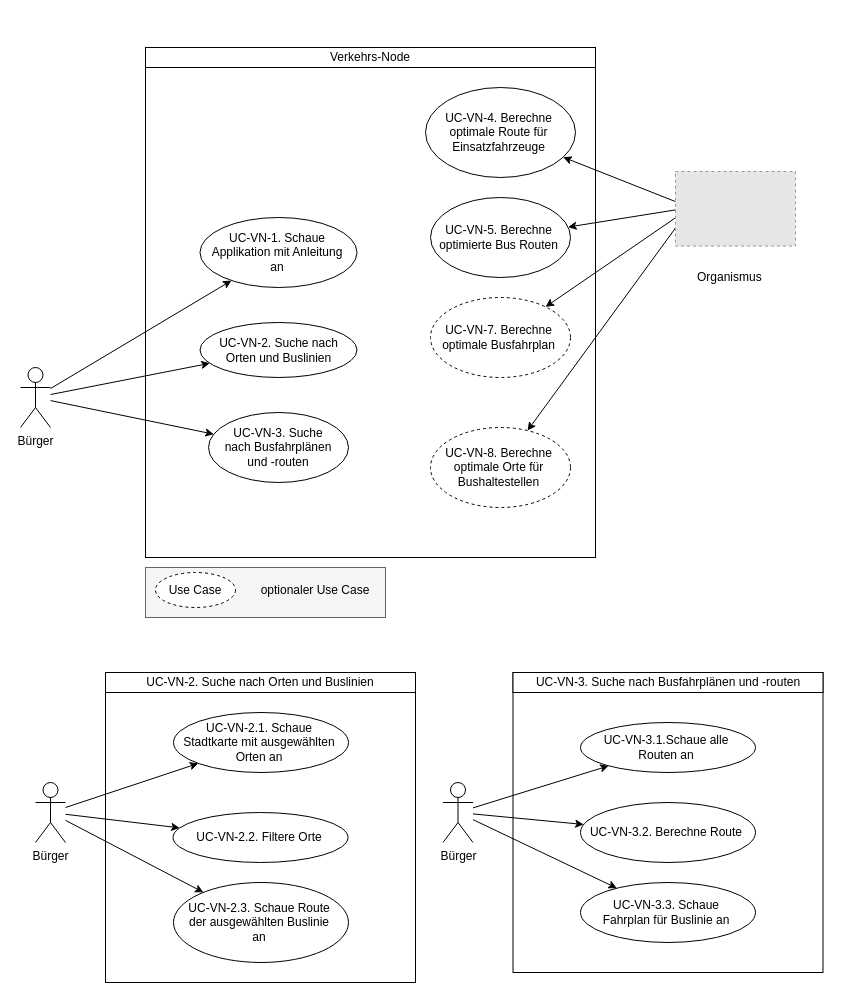
Before: Documentation/Use Cases/Use-Case-Diagram.drawio in mif-sge/verkehr, a draw.io diagram. Source tidied: cells renumbered, new cells numbered last; positions are measured from the earlier drawing's top-left corner, leaving out a move shared by most shapes. Both pictures are drawn from the tidied source at 100%, with x=0, y=0 at pixel (20, 17). Pictures stored in the file or linked from it are replaced by grey dashed boxes.
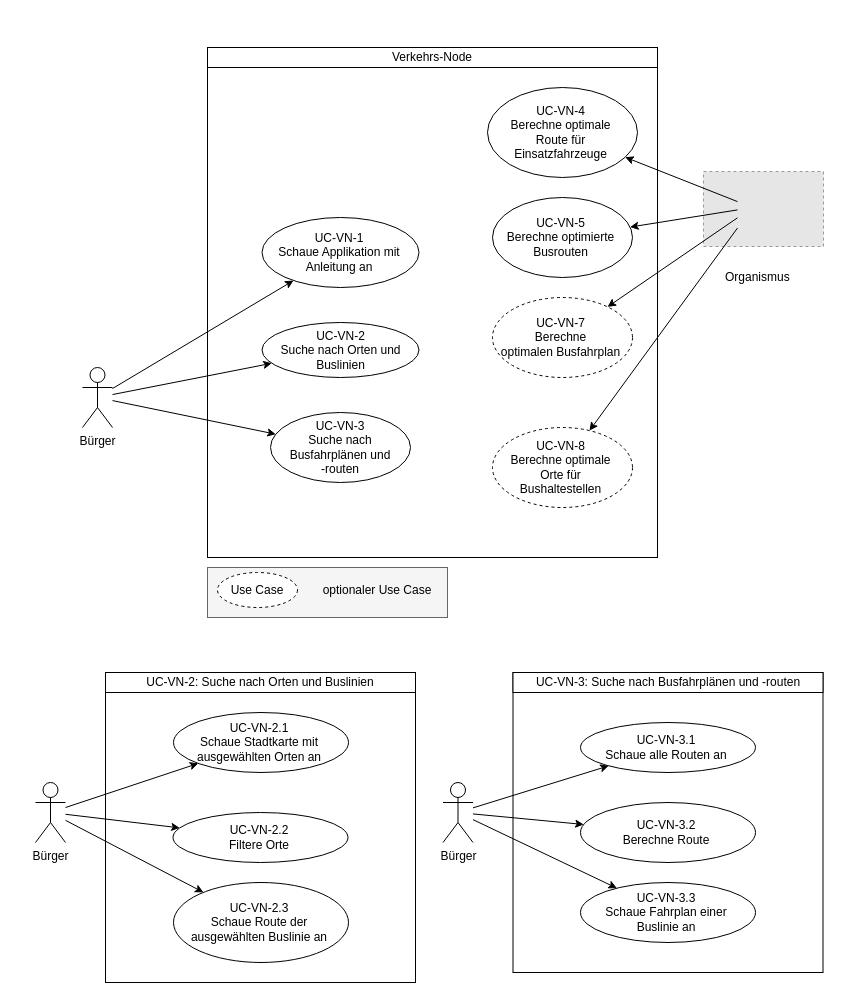
The same page after the edit.

Commit message (it also covers changes not shown here):
issue #22 update usecase diagrams

The change refers to these unchanged cells:
```xml
<mxCell id="2" style="group;" parent="1" vertex="1">
  <mxGeometry x="15" y="655" width="380" height="310" as="geometry" />
</mxCell>
```

Change to the diagram source:
```diff
@@
-    <mxCell id="4" value="UC-VN-2. Suche nach Orten und Buslinien" style="rounded=0;whiteSpace=wrap;html=1;" parent="2" vertex="1">
+    <mxCell id="4" value="UC-VN-2: Suche nach Orten und Buslinien" style="rounded=0;whiteSpace=wrap;html=1;" parent="2" vertex="1">
       <mxGeometry x="70" width="310" height="20" as="geometry" />
     </mxCell>
@@
-    <mxCell id="6" value="&lt;span lang=&quot;en&quot;&gt;UC-VN-2.1. Schaue Stadtkarte mit ausgewählten Orten an&lt;br&gt;&lt;/span&gt;" style="ellipse;whiteSpace=wrap;html=1;spacingLeft=7;spacingBottom=10;spacingRight=10;spacingTop=10;" parent="2" vertex="1">
+    <mxCell id="6" value="&lt;span lang=&quot;en&quot;&gt;UC-VN-2.1&lt;br&gt;Schaue Stadtkarte mit ausgewählten Orten an&lt;br&gt;&lt;/span&gt;" style="ellipse;whiteSpace=wrap;html=1;spacingLeft=7;spacingBottom=10;spacingRight=10;spacingTop=10;" parent="2" vertex="1">
       <mxGeometry x="138" y="40" width="175" height="60" as="geometry" />
     </mxCell>
@@
-    <mxCell id="8" value="&lt;span lang=&quot;en&quot;&gt;UC-VN-2.2. Filtere Orte&lt;br&gt;&lt;/span&gt;" style="ellipse;whiteSpace=wrap;html=1;spacingLeft=7;spacingBottom=10;spacingRight=10;spacingTop=10;" parent="2" vertex="1">
+    <mxCell id="8" value="&lt;span lang=&quot;en&quot;&gt;UC-VN-2.2&lt;br&gt;Filtere Orte&lt;br&gt;&lt;/span&gt;" style="ellipse;whiteSpace=wrap;html=1;spacingLeft=7;spacingBottom=10;spacingRight=10;spacingTop=10;" parent="2" vertex="1">
       <mxGeometry x="137.5" y="140" width="175" height="50" as="geometry" />
     </mxCell>
@@
-    <mxCell id="10" value="&lt;span lang=&quot;en&quot;&gt;UC-VN-2.3. Schaue Route der ausgewählten Buslinie an&lt;br&gt;&lt;/span&gt;" style="ellipse;whiteSpace=wrap;html=1;spacingLeft=7;spacingBottom=10;spacingRight=10;spacingTop=10;" parent="2" vertex="1">
+    <mxCell id="10" value="&lt;span lang=&quot;en&quot;&gt;UC-VN-2.3&lt;br&gt;Schaue Route der ausgewählten Buslinie an&lt;br&gt;&lt;/span&gt;" style="ellipse;whiteSpace=wrap;html=1;spacingLeft=7;spacingBottom=10;spacingRight=10;spacingTop=10;" parent="2" vertex="1">
       <mxGeometry x="138" y="210" width="175" height="80" as="geometry" />
     </mxCell>
@@
-    <mxCell id="12" style="group;" parent="1" vertex="1">
-      <mxGeometry x="422.5" y="655" width="380" height="300" as="geometry" />
-    </mxCell>
-    <mxCell id="13" style="rounded=0;whiteSpace=wrap;html=1;" parent="12" vertex="1">
-      <mxGeometry x="70" width="310" height="300" as="geometry" />
-    </mxCell>
-    <mxCell id="14" value="UC-VN-3. Suche nach Busfahrplänen und -routen&lt;br&gt;" style="rounded=0;whiteSpace=wrap;html=1;" parent="12" vertex="1">
-      <mxGeometry x="70" width="310" height="20" as="geometry" />
-    </mxCell>
-    <mxCell id="15" value="Bürger" style="shape=umlActor;verticalLabelPosition=bottom;labelBackgroundColor=#ffffff;verticalAlign=top;html=1;" parent="12" vertex="1">
-      <mxGeometry y="110" width="30" height="60" as="geometry" />
-    </mxCell>
-    <mxCell id="16" value="&lt;span lang=&quot;en&quot;&gt;UC-VN-3.1.Schaue alle Routen an&lt;br&gt;&lt;/span&gt;" style="ellipse;whiteSpace=wrap;html=1;spacingLeft=7;spacingBottom=10;spacingRight=10;spacingTop=10;" parent="12" vertex="1">
-      <mxGeometry x="137.5" y="50" width="175" height="50" as="geometry" />
-    </mxCell>
-    <mxCell id="17" style="edgeStyle=none;rounded=0;jettySize=auto;html=1;" parent="12" edge="1" source="15" target="16">
-      <mxGeometry relative="1" as="geometry" />
-    </mxCell>
-    <mxCell id="18" value="&lt;span lang=&quot;en&quot;&gt;UC-VN-3.2. Berechne Route&lt;br&gt;&lt;/span&gt;" style="ellipse;whiteSpace=wrap;html=1;spacingLeft=7;spacingBottom=10;spacingRight=10;spacingTop=10;" parent="12" vertex="1">
-      <mxGeometry x="137.5" y="130" width="175" height="60" as="geometry" />
-    </mxCell>
-    <mxCell id="19" style="edgeStyle=none;rounded=0;jettySize=auto;html=1;" parent="12" edge="1" source="15" target="18">
-      <mxGeometry relative="1" as="geometry" />
-    </mxCell>
-    <mxCell id="20" value="&lt;span lang=&quot;en&quot;&gt;UC-VN-3.3. Schaue Fahrplan für Buslinie an&lt;br&gt;&lt;/span&gt;" style="ellipse;whiteSpace=wrap;html=1;spacingLeft=7;spacingBottom=10;spacingRight=10;spacingTop=10;" parent="12" vertex="1">
-      <mxGeometry x="137.5" y="210" width="175" height="60" as="geometry" />
-    </mxCell>
-    <mxCell id="21" style="edgeStyle=none;rounded=0;jettySize=auto;html=1;" parent="12" edge="1" source="15" target="20">
-      <mxGeometry relative="1" as="geometry" />
-    </mxCell>
+    <mxCell id="47" style="group;" parent="1" vertex="1">
+      <mxGeometry x="62" width="741" height="600" as="geometry" />
+    </mxCell>
+    <mxCell id="44" style="group;" parent="47" vertex="1">
+      <mxGeometry x="621" y="154" width="120" height="126" as="geometry" />
+    </mxCell>
+    <mxCell id="45" style="fillColor=#E6E6E6;strokeColor=#999999;dashed=1;verticalLabelPosition=bottom;labelBackgroundColor=#ffffff;verticalAlign=top;" parent="44" vertex="1">
+      <mxGeometry width="120" height="75" as="geometry" />
+    </mxCell>
+    <mxCell id="46" value="Organismus" style="text;html=1;align=left;verticalAlign=top;spacingTop=-4;" parent="44" vertex="1">
+      <mxGeometry x="20.1" y="95.8" width="80" height="20" as="geometry" />
+    </mxCell>
+    <mxCell id="48" style="group;" parent="47" vertex="1">
+      <mxGeometry width="685" height="600" as="geometry" />
+    </mxCell>
-    <mxCell id="22" style="group;" parent="1" vertex="1">
+    <mxCell id="22" style="group;" parent="48" vertex="1">
       <mxGeometry width="685" height="540" as="geometry" />
     </mxCell>
@@
-    <mxCell id="26" value="&lt;span lang=&quot;en&quot;&gt;UC-VN-2. Suche nach Orten und Buslinien&lt;br&gt;&lt;/span&gt;" style="ellipse;whiteSpace=wrap;html=1;spacingLeft=10;spacingBottom=10;spacingRight=10;spacingTop=10;" parent="22" vertex="1">
+    <mxCell id="26" value="&lt;span lang=&quot;en&quot;&gt;UC-VN-2&lt;br&gt;Suche nach Orten und Buslinien&lt;br&gt;&lt;/span&gt;" style="ellipse;whiteSpace=wrap;html=1;spacingLeft=10;spacingBottom=10;spacingRight=10;spacingTop=10;" parent="22" vertex="1">
       <mxGeometry x="179.5" y="305" width="157" height="55" as="geometry" />
     </mxCell>
@@
-    <mxCell id="28" value="UC-VN-3. Suche nach Busfahrplänen und -routen&lt;br&gt;" style="ellipse;whiteSpace=wrap;html=1;spacingLeft=10;spacingBottom=10;spacingRight=10;spacingTop=10;" parent="22" vertex="1">
+    <mxCell id="28" value="UC-VN-3&lt;br&gt;Suche nach Busfahrplänen und&lt;br&gt;-routen&lt;br&gt;" style="ellipse;whiteSpace=wrap;html=1;spacingLeft=10;spacingBottom=10;spacingRight=10;spacingTop=10;" parent="22" vertex="1">
       <mxGeometry x="188" y="395" width="140" height="70" as="geometry" />
     </mxCell>
@@
-    <mxCell id="30" value="UC-VN-4. Berechne optimale Route für Einsatzfahrzeuge&lt;br&gt;" style="ellipse;whiteSpace=wrap;html=1;spacingLeft=7;spacingBottom=10;spacingRight=10;spacingTop=10;" parent="22" vertex="1">
+    <mxCell id="30" value="UC-VN-4&lt;br&gt;Berechne optimale Route für Einsatzfahrzeuge&lt;br&gt;" style="ellipse;whiteSpace=wrap;html=1;spacingLeft=7;spacingBottom=10;spacingRight=10;spacingTop=10;" parent="22" vertex="1">
       <mxGeometry x="405" y="70" width="150" height="90" as="geometry" />
     </mxCell>
@@
-    <mxCell id="32" value="&lt;span lang=&quot;en&quot;&gt;UC-VN-7. Berechne optimale&amp;nbsp;&lt;/span&gt;&lt;span lang=&quot;en&quot;&gt;Busfahrplan&lt;/span&gt;" style="ellipse;whiteSpace=wrap;html=1;spacingLeft=7;spacingBottom=10;spacingRight=10;spacingTop=10;dashed=1;" parent="22" vertex="1">
+    <mxCell id="32" value="&lt;span lang=&quot;en&quot;&gt;UC-VN-7&lt;br&gt;Berechne optimalen&amp;nbsp;&lt;/span&gt;&lt;span lang=&quot;en&quot;&gt;Busfahrplan&lt;/span&gt;" style="ellipse;whiteSpace=wrap;html=1;spacingLeft=7;spacingBottom=10;spacingRight=10;spacingTop=10;dashed=1;" parent="22" vertex="1">
       <mxGeometry x="410" y="280" width="140" height="80" as="geometry" />
     </mxCell>
@@
-    <mxCell id="34" value="UC-VN-5. Berechne optimierte Bus Routen&lt;br&gt;" style="ellipse;whiteSpace=wrap;html=1;spacingLeft=7;spacingBottom=10;spacingRight=10;spacingTop=10;" parent="22" vertex="1">
+    <mxCell id="34" value="UC-VN-5&lt;br&gt;Berechne optimierte Busrouten&lt;br&gt;" style="ellipse;whiteSpace=wrap;html=1;spacingLeft=7;spacingBottom=10;spacingRight=10;spacingTop=10;" parent="22" vertex="1">
       <mxGeometry x="410" y="180" width="140" height="80" as="geometry" />
     </mxCell>
@@
-    <mxCell id="36" value="&lt;span lang=&quot;en&quot;&gt;UC-VN-1. Schaue Applikation mit Anleitung an&lt;br&gt;&lt;/span&gt;" style="ellipse;whiteSpace=wrap;html=1;spacingLeft=7;spacingBottom=10;spacingRight=10;spacingTop=10;" parent="22" vertex="1">
+    <mxCell id="36" value="&lt;span lang=&quot;en&quot;&gt;UC-VN-1&lt;br&gt;Schaue Applikation mit Anleitung an&lt;br&gt;&lt;/span&gt;" style="ellipse;whiteSpace=wrap;html=1;spacingLeft=7;spacingBottom=10;spacingRight=10;spacingTop=10;" parent="22" vertex="1">
       <mxGeometry x="179.5" y="200" width="157" height="70" as="geometry" />
     </mxCell>
@@
-    <mxCell id="38" value="&lt;span lang=&quot;en&quot;&gt;UC-VN-8. Berechne optimale Orte für Bushaltestellen&lt;/span&gt;" style="ellipse;whiteSpace=wrap;html=1;spacingLeft=7;spacingBottom=10;spacingRight=10;spacingTop=10;dashed=1;" parent="22" vertex="1">
+    <mxCell id="38" value="&lt;span lang=&quot;en&quot;&gt;UC-VN-8&lt;br&gt;Berechne optimale Orte für Bushaltestellen&lt;/span&gt;" style="ellipse;whiteSpace=wrap;html=1;spacingLeft=7;spacingBottom=10;spacingRight=10;spacingTop=10;dashed=1;" parent="22" vertex="1">
       <mxGeometry x="410" y="410" width="140" height="80" as="geometry" />
     </mxCell>
@@
-    <mxCell id="40" style="group;fillColor=#E6E6E6;strokeColor=#666666;fontColor=#333333;" parent="1" vertex="1">
+    <mxCell id="40" style="group;fillColor=#E6E6E6;strokeColor=#666666;fontColor=#333333;" parent="48" vertex="1">
       <mxGeometry x="125" y="550" width="240" height="50" as="geometry" />
     </mxCell>
@@
-    <mxCell id="44" style="group;" parent="1" vertex="1">
-      <mxGeometry x="655" y="154" width="120" height="126" as="geometry" />
-    </mxCell>
-    <mxCell id="45" style="fillColor=#E6E6E6;strokeColor=#999999;dashed=1;verticalLabelPosition=bottom;labelBackgroundColor=#ffffff;verticalAlign=top;" parent="44" vertex="1">
-      <mxGeometry width="120" height="74.6" as="geometry" />
-    </mxCell>
-    <mxCell id="46" value="Organismus" style="text;html=1;align=left;verticalAlign=top;spacingTop=-4;" parent="44" vertex="1">
-      <mxGeometry x="20.1" y="95.8" width="80" height="20" as="geometry" />
-    </mxCell>
+    <mxCell id="49" style="group;" parent="1" vertex="1">
+      <mxGeometry x="422.5" y="655" width="380" height="300" as="geometry" />
+    </mxCell>
+    <mxCell id="13" style="rounded=0;whiteSpace=wrap;html=1;" parent="49" vertex="1">
+      <mxGeometry x="70" width="310" height="300" as="geometry" />
+    </mxCell>
+    <mxCell id="14" value="UC-VN-3: Suche nach Busfahrplänen und -routen&lt;br&gt;" style="rounded=0;whiteSpace=wrap;html=1;" parent="49" vertex="1">
+      <mxGeometry x="70" width="310" height="20" as="geometry" />
+    </mxCell>
+    <mxCell id="15" value="Bürger" style="shape=umlActor;verticalLabelPosition=bottom;labelBackgroundColor=#ffffff;verticalAlign=top;html=1;" parent="49" vertex="1">
+      <mxGeometry y="110" width="30" height="60" as="geometry" />
+    </mxCell>
+    <mxCell id="16" value="&lt;span lang=&quot;en&quot;&gt;UC-VN-3.1&lt;br&gt;Schaue alle Routen an&lt;br&gt;&lt;/span&gt;" style="ellipse;whiteSpace=wrap;html=1;spacingLeft=7;spacingBottom=10;spacingRight=10;spacingTop=10;" parent="49" vertex="1">
+      <mxGeometry x="137.5" y="50" width="175" height="50" as="geometry" />
+    </mxCell>
+    <mxCell id="17" style="edgeStyle=none;rounded=0;jettySize=auto;html=1;" parent="49" edge="1" source="15" target="16">
+      <mxGeometry relative="1" as="geometry" />
+    </mxCell>
+    <mxCell id="18" value="&lt;span lang=&quot;en&quot;&gt;UC-VN-3.2&lt;br&gt;Berechne Route&lt;br&gt;&lt;/span&gt;" style="ellipse;whiteSpace=wrap;html=1;spacingLeft=7;spacingBottom=10;spacingRight=10;spacingTop=10;" parent="49" vertex="1">
+      <mxGeometry x="137.5" y="130" width="175" height="60" as="geometry" />
+    </mxCell>
+    <mxCell id="19" style="edgeStyle=none;rounded=0;jettySize=auto;html=1;" parent="49" edge="1" source="15" target="18">
+      <mxGeometry relative="1" as="geometry" />
+    </mxCell>
+    <mxCell id="20" value="&lt;span lang=&quot;en&quot;&gt;UC-VN-3.3&lt;br&gt;Schaue Fahrplan einer Buslinie an&lt;br&gt;&lt;/span&gt;" style="ellipse;whiteSpace=wrap;html=1;spacingLeft=7;spacingBottom=10;spacingRight=10;spacingTop=10;" parent="49" vertex="1">
+      <mxGeometry x="137.5" y="210" width="175" height="60" as="geometry" />
+    </mxCell>
+    <mxCell id="21" style="edgeStyle=none;rounded=0;jettySize=auto;html=1;" parent="49" edge="1" source="15" target="20">
+      <mxGeometry relative="1" as="geometry" />
+    </mxCell>
```
